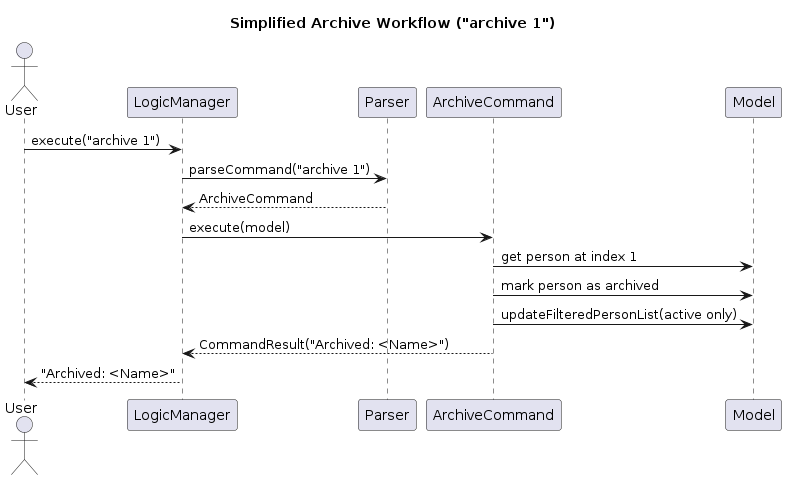
AY2526S1-CS2103T-W11-2/tp keeps this PlantUML diagram as diagrams/ArchiveCommandSequenceDiagram.png. Above is the earlier version. Its source is kept beside it as diagrams/ArchiveCommandSequenceDiagram.puml.
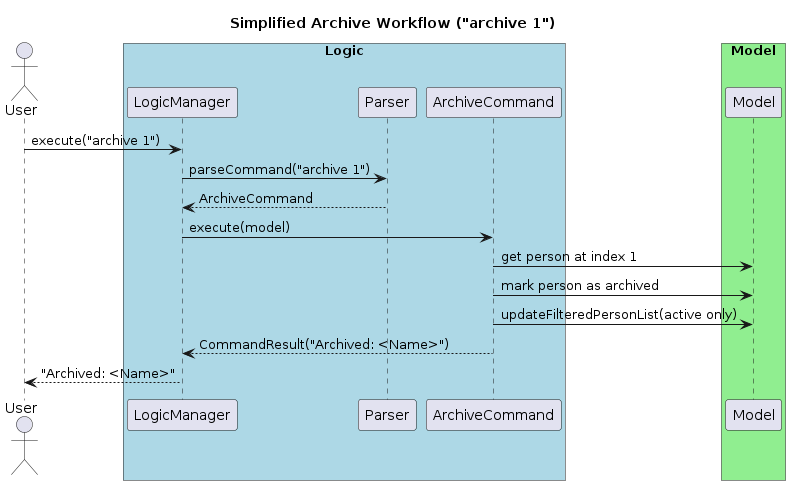
Later version of the same file.

Diff of the diagram source:
```diff
@@ -2,10 +2,16 @@
 title Simplified Archive Workflow ("archive 1")
 
 actor User
+
+box "Logic" #LightBlue
 participant LogicManager
 participant Parser
 participant ArchiveCommand
+end box
+
+box "Model" #LightGreen
 participant Model
+end box
 
 User -> LogicManager : execute("archive 1")
 LogicManager -> Parser : parseCommand("archive 1")
```
